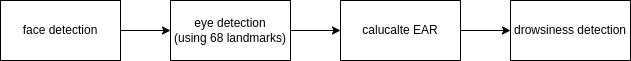
Earlier version of the draw.io export images/flow.png (phuvinh010701/Drowsiness-Detection-Using-Dlib-CNN). Source tidied: cells renumbered, new cells last; positions are measured from the earlier drawing's top-left corner, leaving out a move shared by most shapes. Source of this version:
```xml
<mxGraphModel>
  <root>
    <mxCell id="0" />
    <mxCell id="1" parent="0" />
    <mxCell id="2" style="edgeStyle=orthogonalEdgeStyle;rounded=0;jettySize=auto;html=1;exitX=1;exitY=0.5;exitDx=0;exitDy=0;entryX=0;entryY=0.5;entryDx=0;entryDy=0;" parent="1" edge="1" source="3" target="5">
      <mxGeometry relative="1" as="geometry" />
    </mxCell>
    <mxCell id="3" value="face detection" style="rounded=0;whiteSpace=wrap;html=1;" parent="1" vertex="1">
      <mxGeometry width="120" height="60" as="geometry" />
    </mxCell>
    <mxCell id="4" style="edgeStyle=orthogonalEdgeStyle;rounded=0;jettySize=auto;html=1;entryX=0;entryY=0.5;entryDx=0;entryDy=0;" parent="1" edge="1" source="5" target="7">
      <mxGeometry relative="1" as="geometry" />
    </mxCell>
    <mxCell id="5" value="eye detection&lt;br&gt;(using 68 landmarks)" style="rounded=0;whiteSpace=wrap;html=1;" parent="1" vertex="1">
      <mxGeometry x="170" width="120" height="60" as="geometry" />
    </mxCell>
    <mxCell id="6" style="edgeStyle=orthogonalEdgeStyle;rounded=0;jettySize=auto;html=1;exitX=1;exitY=0.5;exitDx=0;exitDy=0;entryX=0;entryY=0.5;entryDx=0;entryDy=0;" parent="1" edge="1" source="7" target="8">
      <mxGeometry relative="1" as="geometry" />
    </mxCell>
    <mxCell id="7" value="calucalte EAR" style="rounded=0;whiteSpace=wrap;html=1;" parent="1" vertex="1">
      <mxGeometry x="340" width="120" height="60" as="geometry" />
    </mxCell>
    <mxCell id="8" value="drowsiness detection" style="rounded=0;whiteSpace=wrap;html=1;" parent="1" vertex="1">
      <mxGeometry x="510" width="120" height="60" as="geometry" />
    </mxCell>
  </root>
</mxGraphModel>
```
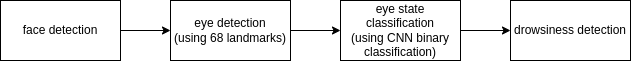
The same file after the commit.

Diff of the diagram source:
```diff
@@ -17,7 +17,7 @@
     <mxCell id="6" style="edgeStyle=orthogonalEdgeStyle;rounded=0;jettySize=auto;html=1;exitX=1;exitY=0.5;exitDx=0;exitDy=0;entryX=0;entryY=0.5;entryDx=0;entryDy=0;" parent="1" edge="1" source="7" target="8">
       <mxGeometry relative="1" as="geometry" />
     </mxCell>
-    <mxCell id="7" value="calucalte EAR" style="rounded=0;whiteSpace=wrap;html=1;" parent="1" vertex="1">
+    <mxCell id="7" value="eye state classification&lt;br&gt;(using CNN binary classification)" style="rounded=0;whiteSpace=wrap;html=1;" parent="1" vertex="1">
       <mxGeometry x="340" width="120" height="60" as="geometry" />
     </mxCell>
     <mxCell id="8" value="drowsiness detection" style="rounded=0;whiteSpace=wrap;html=1;" parent="1" vertex="1">
```
